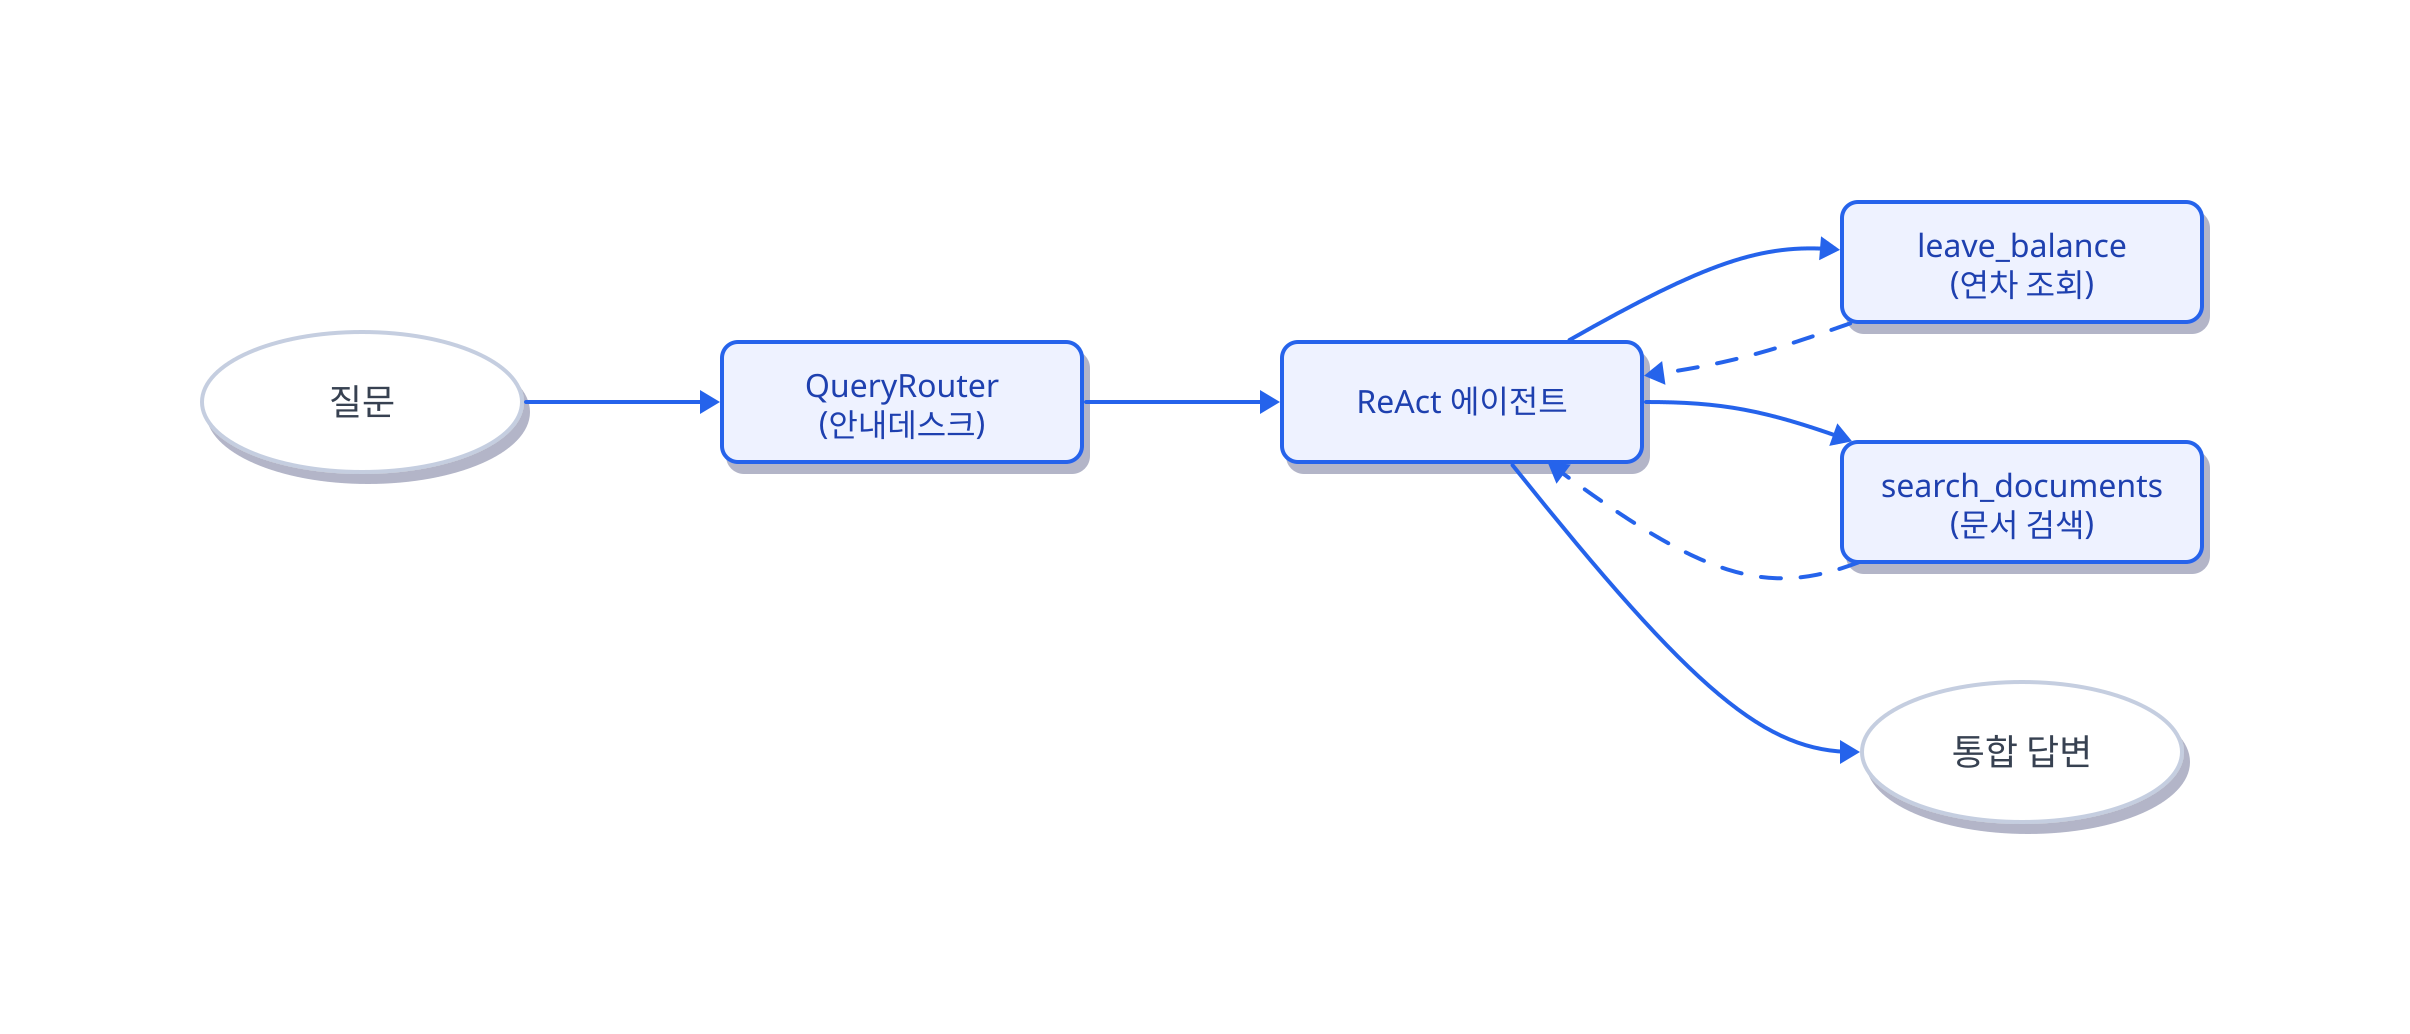
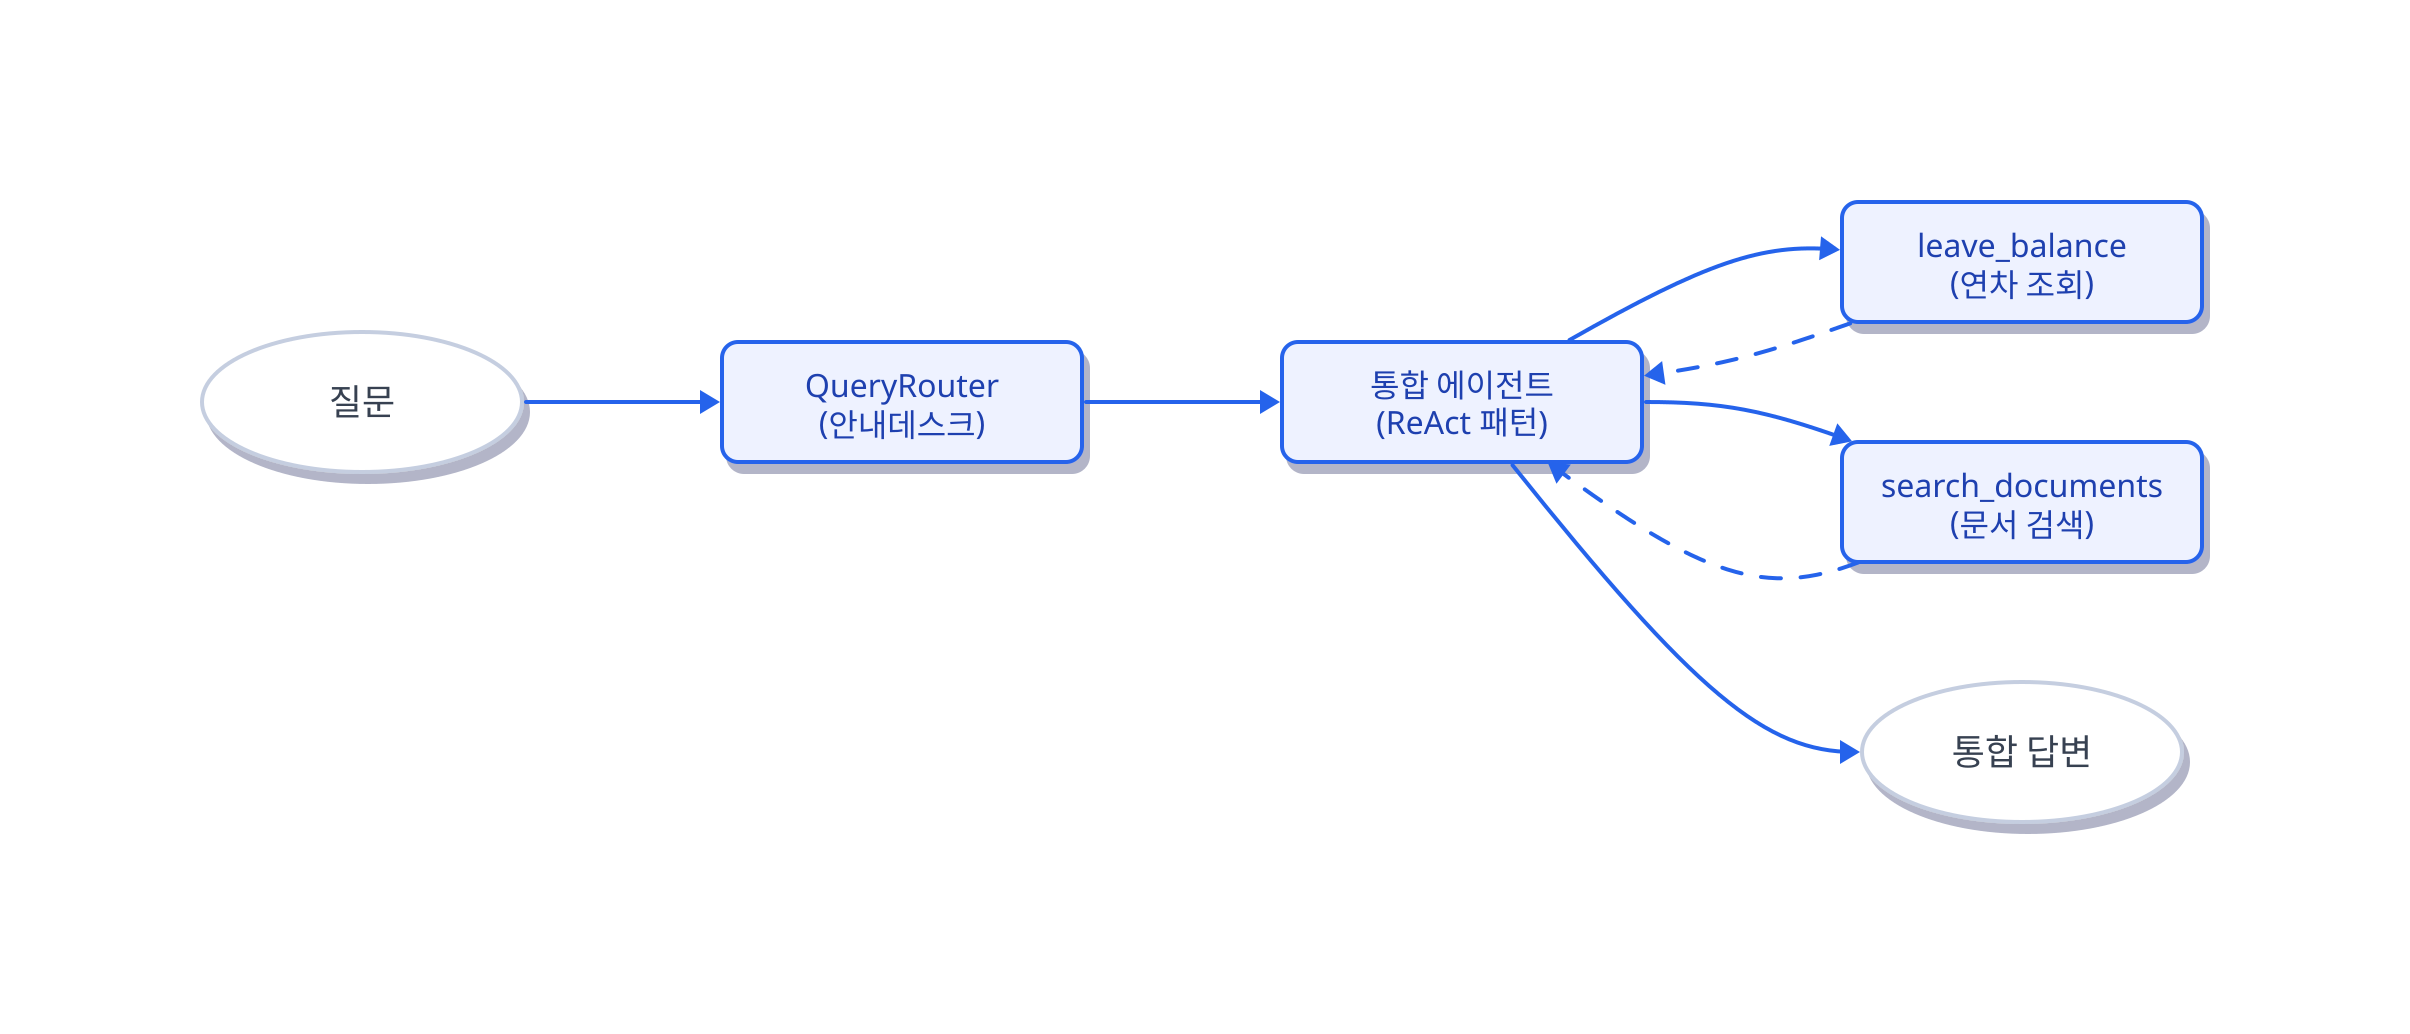
direction: right

classes: {
  start-end: {
    shape: oval
    style: {
      fill: "#ffffff"
      stroke: "#c5cee0"
      stroke-width: 2
      shadow: true
      font-size: 18
      font-color: "#374151"
    }
    width: 160
    height: 70
  }
  process: {
    shape: rectangle
    style: {
      fill: "#eef2ff"
      font-color: "#1e40af"
      stroke: "#2563eb"
      stroke-width: 2
      border-radius: 8
      shadow: true
      font-size: 16
      bold: true
    }
    width: 180
    height: 60
  }
}

Q: 질문 {
  class: start-end
}
R: "QueryRouter\n(안내데스크)" {
  class: process
}
- A: "ReAct 에이전트" {
+ A: "통합 에이전트\n(ReAct 패턴)" {
  class: process
}
T1: "leave_balance\n(연차 조회)" {
  class: process
}
T2: "search_documents\n(문서 검색)" {
  class: process
}
ANS: 통합 답변 {
  class: start-end
}

Q -> R: {
  style: { stroke: "#2563eb"; stroke-width: 2 }
}
R -> A: {
  style: { stroke: "#2563eb"; stroke-width: 2 }
}
A -> T1: {
  style: { stroke: "#2563eb"; stroke-width: 2 }
}
A -> T2: {
  style: { stroke: "#2563eb"; stroke-width: 2 }
}
T1 -> A: {
  style: { stroke: "#2563eb"; stroke-width: 2; stroke-dash: 5 }
}
T2 -> A: {
  style: { stroke: "#2563eb"; stroke-width: 2; stroke-dash: 5 }
}
A -> ANS: {
  style: { stroke: "#2563eb"; stroke-width: 2 }
}
